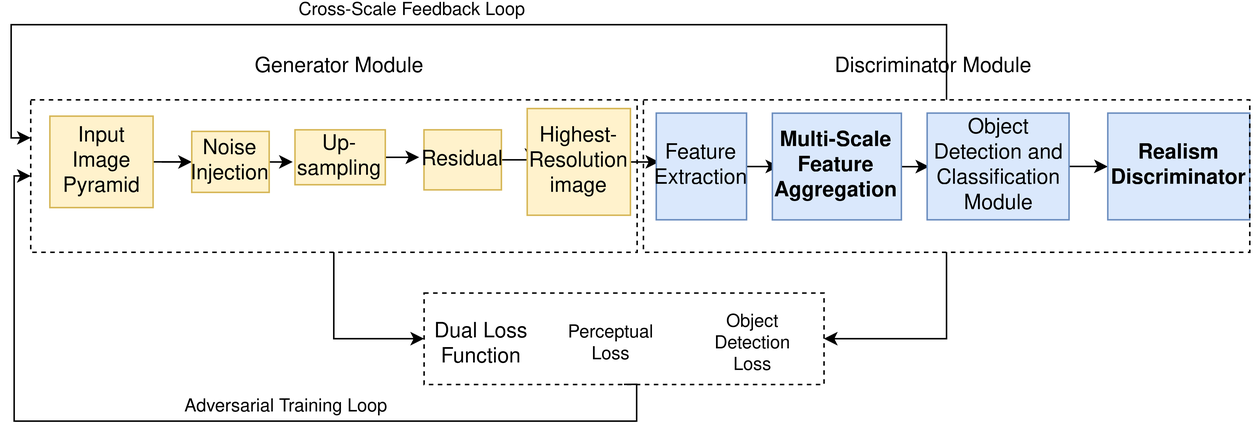
Earlier version of the draw.io export Structure.png (Faryalaurooj/Super-Resolution-using-Single-Image-GAN). Source tidied: cells renumbered, new cells last; positions are measured from the earlier drawing's top-left corner, leaving out a move shared by most shapes.
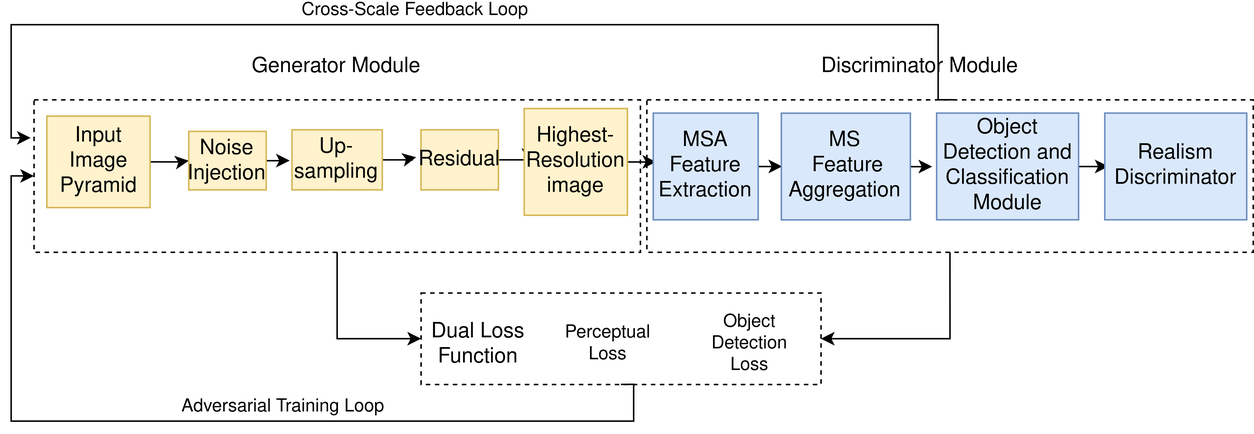
The same diagram one commit later.

The edit, as a diff of the source:
```diff
@@ -5,125 +5,131 @@
     <mxCell id="2" style="group;" parent="1" vertex="1">
       <mxGeometry width="830" height="270" as="geometry" />
     </mxCell>
-    <mxCell id="3" style="edgeStyle=orthogonalEdgeStyle;rounded=0;jettySize=auto;html=1;exitX=1;exitY=0.5;exitDx=0;exitDy=0;" parent="2" edge="1" source="4" target="6">
-      <mxGeometry relative="1" as="geometry" />
+    <mxCell id="3" style="group;" parent="2" vertex="1">
+      <mxGeometry width="830" height="270" as="geometry" />
     </mxCell>
-    <mxCell id="4" value="&lt;font style=&quot;font-size: 14px;&quot;&gt;Input Image Pyramid&lt;/font&gt;" style="text;html=1;align=center;verticalAlign=middle;whiteSpace=wrap;rounded=0;strokeColor=#d6b656;fillColor=#fff2cc;" parent="2" vertex="1">
-      <mxGeometry x="25.8" y="60.9" width="68.8" height="60.9" as="geometry" />
+    <mxCell id="4" style="edgeStyle=orthogonalEdgeStyle;rounded=0;jettySize=auto;html=1;exitX=1;exitY=0.5;exitDx=0;exitDy=0;" parent="3" edge="1" source="5" target="7">
+      <mxGeometry relative="1" as="geometry" />
     </mxCell>
-    <mxCell id="5" style="edgeStyle=orthogonalEdgeStyle;rounded=0;jettySize=auto;html=1;exitX=1;exitY=0.5;exitDx=0;exitDy=0;" parent="2" edge="1" source="6">
-      <mxGeometry relative="1" as="geometry">
-        <mxPoint x="187.7" y="91" as="targetPoint" />
-      </mxGeometry>
+    <mxCell id="5" value="&lt;font style=&quot;font-size: 14px;&quot;&gt;Input Image Pyramid&lt;/font&gt;" style="text;html=1;align=center;verticalAlign=middle;whiteSpace=wrap;rounded=0;strokeColor=#d6b656;fillColor=#fff2cc;" parent="3" vertex="1">
+      <mxGeometry x="25.8" y="60.9" width="68.8" height="60.9" as="geometry" />
     </mxCell>
-    <mxCell id="6" value="&lt;font style=&quot;font-size: 14px;&quot;&gt;Noise Injection&lt;/font&gt;" style="text;html=1;align=center;verticalAlign=middle;whiteSpace=wrap;rounded=0;strokeColor=#d6b656;fillColor=#fff2cc;" parent="2" vertex="1">
-      <mxGeometry x="120.4" y="71.1" width="51.6" height="40.6" as="geometry" />
+    <mxCell id="6" style="edgeStyle=orthogonalEdgeStyle;rounded=0;jettySize=auto;html=1;exitX=1;exitY=0.5;exitDx=0;exitDy=0;" parent="3" edge="1" source="7">
+      <mxGeometry relative="1" as="geometry">
+        <mxPoint x="187.7" y="91" as="targetPoint" />
+      </mxGeometry>
     </mxCell>
-    <mxCell id="7" style="edgeStyle=orthogonalEdgeStyle;rounded=0;jettySize=auto;html=1;" parent="2" edge="1" source="8">
-      <mxGeometry relative="1" as="geometry">
-        <mxPoint x="272" y="88.3" as="targetPoint" />
-      </mxGeometry>
+    <mxCell id="7" value="&lt;font style=&quot;font-size: 14px;&quot;&gt;Noise Injection&lt;/font&gt;" style="text;html=1;align=center;verticalAlign=middle;whiteSpace=wrap;rounded=0;strokeColor=#d6b656;fillColor=#fff2cc;" parent="3" vertex="1">
+      <mxGeometry x="120.4" y="71" width="51.6" height="39" as="geometry" />
     </mxCell>
-    <mxCell id="8" value="&lt;font style=&quot;font-size: 14px;&quot;&gt;Up-sampling&lt;/font&gt;" style="text;html=1;align=center;verticalAlign=middle;whiteSpace=wrap;rounded=0;strokeColor=#d6b656;fillColor=#fff2cc;" parent="2" vertex="1">
-      <mxGeometry x="189.2" y="70" width="60.2" height="36.6" as="geometry" />
+    <mxCell id="8" style="edgeStyle=orthogonalEdgeStyle;rounded=0;jettySize=auto;html=1;" parent="3" edge="1" source="9">
+      <mxGeometry relative="1" as="geometry">
+        <mxPoint x="272" y="88.3" as="targetPoint" />
+      </mxGeometry>
     </mxCell>
-    <mxCell id="9" style="edgeStyle=orthogonalEdgeStyle;rounded=0;jettySize=auto;html=1;" parent="2" edge="1" source="10" target="12">
-      <mxGeometry relative="1" as="geometry" />
+    <mxCell id="9" value="&lt;font style=&quot;font-size: 14px;&quot;&gt;Up-sampling&lt;/font&gt;" style="text;html=1;align=center;verticalAlign=middle;whiteSpace=wrap;rounded=0;strokeColor=#d6b656;fillColor=#fff2cc;" parent="3" vertex="1">
+      <mxGeometry x="189.2" y="70" width="60.2" height="40" as="geometry" />
     </mxCell>
-    <mxCell id="10" value="&lt;font style=&quot;font-size: 14px;&quot;&gt;Residual&lt;/font&gt;" style="text;html=1;align=center;verticalAlign=middle;whiteSpace=wrap;rounded=0;strokeColor=#d6b656;fillColor=#fff2cc;" parent="2" vertex="1">
-      <mxGeometry x="275.2" y="70" width="51.6" height="40" as="geometry" />
+    <mxCell id="10" style="edgeStyle=orthogonalEdgeStyle;rounded=0;jettySize=auto;html=1;" parent="3" edge="1" source="11" target="13">
+      <mxGeometry relative="1" as="geometry" />
     </mxCell>
-    <mxCell id="11" style="edgeStyle=orthogonalEdgeStyle;rounded=0;jettySize=auto;html=1;exitX=1;exitY=0.5;exitDx=0;exitDy=0;" parent="2" edge="1" source="12">
-      <mxGeometry relative="1" as="geometry">
-        <mxPoint x="432" y="91" as="targetPoint" />
-      </mxGeometry>
+    <mxCell id="11" value="&lt;font style=&quot;font-size: 14px;&quot;&gt;Residual&lt;/font&gt;" style="text;html=1;align=center;verticalAlign=middle;whiteSpace=wrap;rounded=0;strokeColor=#d6b656;fillColor=#fff2cc;" parent="3" vertex="1">
+      <mxGeometry x="275.2" y="70" width="51.6" height="40" as="geometry" />
     </mxCell>
-    <mxCell id="12" value="&lt;font style=&quot;font-size: 14px;&quot;&gt;Highest-Resolution image&lt;/font&gt;" style="text;html=1;align=center;verticalAlign=middle;whiteSpace=wrap;rounded=0;strokeColor=#d6b656;fillColor=#fff2cc;" parent="2" vertex="1">
-      <mxGeometry x="344" y="55.8" width="68.8" height="71.1" as="geometry" />
+    <mxCell id="12" style="edgeStyle=orthogonalEdgeStyle;rounded=0;jettySize=auto;html=1;exitX=1;exitY=0.5;exitDx=0;exitDy=0;" parent="3" edge="1" source="13">
+      <mxGeometry relative="1" as="geometry">
+        <mxPoint x="432" y="91" as="targetPoint" />
+      </mxGeometry>
     </mxCell>
-    <mxCell id="13" style="edgeStyle=orthogonalEdgeStyle;rounded=0;jettySize=auto;html=1;exitX=1;exitY=0.5;exitDx=0;exitDy=0;" parent="2" edge="1" source="14">
-      <mxGeometry relative="1" as="geometry">
-        <mxPoint x="512" y="94" as="targetPoint" />
-      </mxGeometry>
+    <mxCell id="13" value="&lt;font style=&quot;font-size: 14px;&quot;&gt;Highest-Resolution image&lt;/font&gt;" style="text;html=1;align=center;verticalAlign=middle;whiteSpace=wrap;rounded=0;strokeColor=#d6b656;fillColor=#fff2cc;" parent="3" vertex="1">
+      <mxGeometry x="344" y="55.8" width="68.8" height="71.1" as="geometry" />
     </mxCell>
-    <mxCell id="14" value="&lt;font style=&quot;font-size: 14px;&quot;&gt;Feature Extraction&lt;/font&gt;" style="text;html=1;align=center;verticalAlign=middle;whiteSpace=wrap;rounded=0;strokeColor=#6c8ebf;fillColor=#dae8fc;" parent="2" vertex="1">
-      <mxGeometry x="430.1" y="58.9" width="60.2" height="71.1" as="geometry" />
+    <mxCell id="14" style="edgeStyle=orthogonalEdgeStyle;rounded=0;jettySize=auto;html=1;exitX=1;exitY=0.5;exitDx=0;exitDy=0;" parent="3" edge="1" source="15">
+      <mxGeometry relative="1" as="geometry">
+        <mxPoint x="516" y="94" as="targetPoint" />
+      </mxGeometry>
     </mxCell>
-    <mxCell id="15" style="edgeStyle=orthogonalEdgeStyle;rounded=0;jettySize=auto;html=1;exitX=1;exitY=0.5;exitDx=0;exitDy=0;" parent="2" edge="1" source="16">
-      <mxGeometry relative="1" as="geometry">
-        <mxPoint x="612" y="94" as="targetPoint" />
-      </mxGeometry>
+    <mxCell id="15" value="&lt;font style=&quot;font-size: 14px;&quot;&gt;MSA Feature Extraction&lt;br&gt;&lt;/font&gt;" style="text;html=1;align=center;verticalAlign=middle;whiteSpace=wrap;rounded=0;strokeColor=#6c8ebf;fillColor=#dae8fc;" parent="3" vertex="1">
+      <mxGeometry x="430.1" y="58.9" width="70" height="71" as="geometry" />
     </mxCell>
-    <mxCell id="16" value="&lt;div&gt;&lt;b&gt;&lt;font style=&quot;font-size: 14px;&quot;&gt;&lt;br&gt;&lt;/font&gt;&lt;/b&gt;&lt;/div&gt;&lt;div&gt;&lt;b&gt;&lt;font style=&quot;font-size: 14px;&quot;&gt;&lt;br&gt;&lt;/font&gt;&lt;/b&gt;&lt;/div&gt;&lt;div&gt;&lt;b&gt;&lt;font style=&quot;font-size: 14px;&quot;&gt;Multi-Scale Feature Aggregation&lt;/font&gt;&lt;/b&gt;&lt;/div&gt;&lt;div&gt;&lt;b&gt;&lt;font style=&quot;font-size: 14px;&quot;&gt;&lt;br&gt;&lt;/font&gt;&lt;/b&gt;&lt;/div&gt;&lt;div&gt;&lt;b&gt;&lt;font style=&quot;font-size: 14px;&quot;&gt;&lt;br&gt; &lt;/font&gt;&lt;/b&gt;&lt;/div&gt;" style="text;html=1;align=center;verticalAlign=middle;whiteSpace=wrap;rounded=0;strokeColor=#6c8ebf;fillColor=#dae8fc;" parent="2" vertex="1">
-      <mxGeometry x="507.5" y="59" width="86" height="71" as="geometry" />
+    <mxCell id="16" style="edgeStyle=orthogonalEdgeStyle;rounded=0;jettySize=auto;html=1;exitX=1;exitY=0.5;exitDx=0;exitDy=0;" parent="3" edge="1" source="17">
+      <mxGeometry relative="1" as="geometry">
+        <mxPoint x="616" y="94" as="targetPoint" />
+      </mxGeometry>
     </mxCell>
-    <mxCell id="17" style="edgeStyle=orthogonalEdgeStyle;rounded=0;jettySize=auto;html=1;exitX=1;exitY=0.5;exitDx=0;exitDy=0;" parent="2" edge="1" source="18" target="19">
-      <mxGeometry relative="1" as="geometry" />
+    <mxCell id="17" value="&lt;div&gt;&lt;font style=&quot;font-size: 14px;&quot;&gt;&lt;br&gt;&lt;/font&gt;&lt;/div&gt;&lt;div&gt;&lt;font style=&quot;font-size: 14px;&quot;&gt;&lt;br&gt;&lt;/font&gt;&lt;/div&gt;&lt;div&gt;&lt;font style=&quot;font-size: 14px;&quot;&gt;MS&lt;/font&gt;&lt;/div&gt;&lt;div&gt;&lt;font style=&quot;font-size: 14px;&quot;&gt;&amp;nbsp;Feature Aggregation&lt;/font&gt;&lt;/div&gt;&lt;div&gt;&lt;font style=&quot;font-size: 14px;&quot;&gt;&lt;br&gt;&lt;/font&gt;&lt;/div&gt;&lt;div&gt;&lt;font style=&quot;font-size: 14px;&quot;&gt;&lt;br&gt; &lt;/font&gt;&lt;/div&gt;" style="text;html=1;align=center;verticalAlign=middle;whiteSpace=wrap;rounded=0;strokeColor=#6c8ebf;fillColor=#dae8fc;" parent="3" vertex="1">
+      <mxGeometry x="515.5" y="59" width="86" height="71" as="geometry" />
     </mxCell>
-    <mxCell id="18" value="&lt;font style=&quot;font-size: 14px;&quot;&gt;Object Detection and Classification Module&lt;/font&gt;" style="text;html=1;align=center;verticalAlign=middle;whiteSpace=wrap;rounded=0;fillColor=#dae8fc;strokeColor=#6c8ebf;" parent="2" vertex="1">
-      <mxGeometry x="610.7" y="58.9" width="94.6" height="71.1" as="geometry" />
+    <mxCell id="18" style="edgeStyle=orthogonalEdgeStyle;rounded=0;jettySize=auto;html=1;exitX=1;exitY=0.5;exitDx=0;exitDy=0;" parent="3" edge="1" source="19" target="20">
+      <mxGeometry relative="1" as="geometry" />
     </mxCell>
-    <mxCell id="19" value="&lt;b&gt;&lt;font style=&quot;font-size: 14px;&quot;&gt;Realism Discriminator&lt;/font&gt;&lt;/b&gt;" style="text;html=1;align=center;verticalAlign=middle;whiteSpace=wrap;rounded=0;fillColor=#dae8fc;strokeColor=#6c8ebf;" parent="2" vertex="1">
-      <mxGeometry x="731.1" y="58.9" width="94.6" height="71.1" as="geometry" />
+    <mxCell id="19" value="&lt;font style=&quot;font-size: 14px;&quot;&gt;Object Detection and Classification Module&lt;/font&gt;" style="text;html=1;align=center;verticalAlign=middle;whiteSpace=wrap;rounded=0;fillColor=#dae8fc;strokeColor=#6c8ebf;" parent="3" vertex="1">
+      <mxGeometry x="619" y="58.9" width="94.6" height="71.1" as="geometry" />
     </mxCell>
-    <mxCell id="20" style="group;" parent="2" vertex="1">
-      <mxGeometry x="275.2" y="182.7" width="275.2" height="60.9" as="geometry" />
+    <mxCell id="20" value="&lt;font style=&quot;font-size: 14px;&quot;&gt;Realism Discriminator&lt;/font&gt;" style="text;html=1;align=center;verticalAlign=middle;whiteSpace=wrap;rounded=0;fillColor=#dae8fc;strokeColor=#6c8ebf;" parent="3" vertex="1">
+      <mxGeometry x="731.1" y="58.9" width="94.6" height="71.1" as="geometry" />
     </mxCell>
-    <mxCell id="21" value="&lt;font style=&quot;font-size: 14px;&quot;&gt;Dual Loss Function&lt;/font&gt;" style="text;html=1;align=center;verticalAlign=middle;whiteSpace=wrap;rounded=0;" parent="20" vertex="1">
-      <mxGeometry width="77.4" height="60.9" as="geometry" />
+    <mxCell id="21" style="group;" parent="3" vertex="1">
+      <mxGeometry x="275.2" y="182.7" width="275.2" height="60.9" as="geometry" />
     </mxCell>
-    <mxCell id="22" value="Perceptual Loss" style="text;html=1;align=center;verticalAlign=middle;whiteSpace=wrap;rounded=0;" parent="20" vertex="1">
-      <mxGeometry x="98.9" y="15.2" width="51.6" height="30.5" as="geometry" />
+    <mxCell id="22" value="&lt;font style=&quot;font-size: 14px;&quot;&gt;Dual Loss Function&lt;/font&gt;" style="text;html=1;align=center;verticalAlign=middle;whiteSpace=wrap;rounded=0;" parent="21" vertex="1">
+      <mxGeometry width="77.4" height="60.9" as="geometry" />
     </mxCell>
-    <mxCell id="23" value="Object Detection Loss" style="text;html=1;align=center;verticalAlign=middle;whiteSpace=wrap;rounded=0;" parent="20" vertex="1">
-      <mxGeometry x="184.9" y="10.2" width="68.8" height="40.6" as="geometry" />
+    <mxCell id="23" value="Perceptual Loss" style="text;html=1;align=center;verticalAlign=middle;whiteSpace=wrap;rounded=0;" parent="21" vertex="1">
+      <mxGeometry x="98.9" y="15.2" width="51.6" height="30.5" as="geometry" />
     </mxCell>
-    <mxCell id="24" value="&lt;font style=&quot;font-size: 14px;&quot;&gt;Generator Module&lt;/font&gt;" style="text;html=1;align=center;verticalAlign=middle;whiteSpace=wrap;rounded=0;" parent="2" vertex="1">
-      <mxGeometry x="146.2" y="13.2" width="146.2" height="30.5" as="geometry" />
+    <mxCell id="24" value="Object Detection Loss" style="text;html=1;align=center;verticalAlign=middle;whiteSpace=wrap;rounded=0;" parent="21" vertex="1">
+      <mxGeometry x="184.9" y="10.2" width="68.8" height="40.6" as="geometry" />
     </mxCell>
-    <mxCell id="25" value="&lt;font style=&quot;font-size: 14px;&quot;&gt;Discriminator Module&lt;/font&gt;" style="text;html=1;align=center;verticalAlign=middle;whiteSpace=wrap;rounded=0;" parent="2" vertex="1">
-      <mxGeometry x="541.9" y="13.2" width="146.2" height="30.5" as="geometry" />
+    <mxCell id="25" value="&lt;font style=&quot;font-size: 14px;&quot;&gt;Generator Module&lt;/font&gt;" style="text;html=1;align=center;verticalAlign=middle;whiteSpace=wrap;rounded=0;" parent="3" vertex="1">
+      <mxGeometry x="146.2" y="13.2" width="146.2" height="30.5" as="geometry" />
     </mxCell>
-    <mxCell id="26" value="Adversarial Training Loop" style="text;html=1;align=center;verticalAlign=middle;strokeColor=none;fillColor=none;" parent="2" vertex="1">
-      <mxGeometry x="103.2" y="239.5" width="160" height="30" as="geometry" />
+    <mxCell id="26" value="&lt;font style=&quot;font-size: 14px;&quot;&gt;Discriminator Module&lt;/font&gt;" style="text;html=1;align=center;verticalAlign=middle;whiteSpace=wrap;rounded=0;" parent="3" vertex="1">
+      <mxGeometry x="534.9" y="13.2" width="146.2" height="30.5" as="geometry" />
     </mxCell>
-    <mxCell id="27" style="rounded=0;whiteSpace=wrap;html=1;fillColor=none;dashed=1;" parent="2" vertex="1">
-      <mxGeometry x="421.5" y="50" width="404.2" height="101.5" as="geometry" />
+    <mxCell id="27" value="Adversarial Training Loop" style="text;html=1;align=center;verticalAlign=middle;points=[];strokeColor=none;fillColor=none;" parent="3" vertex="1">
+      <mxGeometry x="103.2" y="239.5" width="160" height="30" as="geometry" />
     </mxCell>
-    <mxCell id="28" style="rounded=0;whiteSpace=wrap;html=1;fillColor=none;dashed=1;" parent="2" vertex="1">
-      <mxGeometry x="13" y="50" width="404.2" height="101.5" as="geometry" />
+    <mxCell id="28" style="rounded=0;whiteSpace=wrap;html=1;fillColor=none;dashed=1;" parent="3" vertex="1">
+      <mxGeometry x="17.2" y="50" width="404.2" height="101.5" as="geometry" />
     </mxCell>
-    <mxCell id="29" style="edgeStyle=orthogonalEdgeStyle;rounded=0;jettySize=auto;html=1;exitX=0.5;exitY=0;exitDx=0;exitDy=0;entryX=0;entryY=0.25;entryDx=0;entryDy=0;" parent="2" edge="1" source="27" target="28">
-      <mxGeometry relative="1" as="geometry">
-        <Array as="points">
-          <mxPoint x="624" />
-          <mxPoint />
-          <mxPoint y="75" />
-        </Array>
-      </mxGeometry>
+    <mxCell id="29" style="rounded=0;whiteSpace=wrap;html=1;fillColor=none;dashed=1;" parent="3" vertex="1">
+      <mxGeometry x="275.2" y="178.6" width="266.6" height="60.9" as="geometry" />
     </mxCell>
-    <mxCell id="30" value="&lt;font style=&quot;font-size: 12px;&quot;&gt;Cross-Scale Feedback Loop&lt;/font&gt;" style="edgeLabel;html=1;align=center;verticalAlign=middle;" parent="29" vertex="1">
-      <mxGeometry x="0.07" y="2" relative="1" as="geometry">
-        <mxPoint y="-12" as="offset" />
+    <mxCell id="30" style="edgeStyle=orthogonalEdgeStyle;rounded=0;jettySize=auto;html=1;exitX=0.5;exitY=1;exitDx=0;exitDy=0;entryX=0;entryY=0.5;entryDx=0;entryDy=0;" parent="3" edge="1" source="29" target="28">
+      <mxGeometry relative="1" as="geometry">
+        <Array as="points">
+          <mxPoint x="417" y="264" />
+          <mxPoint x="2" y="264" />
+          <mxPoint x="2" y="101" />
+        </Array>
       </mxGeometry>
     </mxCell>
-    <mxCell id="31" style="rounded=0;whiteSpace=wrap;html=1;fillColor=none;dashed=1;" parent="2" vertex="1">
-      <mxGeometry x="275.2" y="178.6" width="266.6" height="60.9" as="geometry" />
+    <mxCell id="31" style="edgeStyle=orthogonalEdgeStyle;rounded=0;jettySize=auto;html=1;entryX=0;entryY=0.5;entryDx=0;entryDy=0;" parent="3" edge="1" source="28" target="29">
+      <mxGeometry relative="1" as="geometry" />
     </mxCell>
-    <mxCell id="32" style="edgeStyle=orthogonalEdgeStyle;rounded=0;jettySize=auto;html=1;exitX=0.5;exitY=1;exitDx=0;exitDy=0;entryX=1;entryY=0.5;entryDx=0;entryDy=0;" parent="2" edge="1" source="27" target="31">
-      <mxGeometry relative="1" as="geometry" />
+    <mxCell id="32" style="rounded=0;whiteSpace=wrap;html=1;fillColor=none;dashed=1;" parent="3" vertex="1">
+      <mxGeometry x="425.8" y="50" width="404.2" height="101.5" as="geometry" />
     </mxCell>
-    <mxCell id="33" style="edgeStyle=orthogonalEdgeStyle;rounded=0;jettySize=auto;html=1;exitX=0.5;exitY=1;exitDx=0;exitDy=0;entryX=0;entryY=0.5;entryDx=0;entryDy=0;" parent="2" edge="1" source="31" target="28">
-      <mxGeometry relative="1" as="geometry">
-        <Array as="points">
-          <mxPoint x="417" y="264" />
-          <mxPoint x="2" y="264" />
-          <mxPoint x="2" y="101" />
-        </Array>
-      </mxGeometry>
+    <mxCell id="33" style="edgeStyle=orthogonalEdgeStyle;rounded=0;jettySize=auto;html=1;exitX=0.5;exitY=1;exitDx=0;exitDy=0;entryX=1;entryY=0.5;entryDx=0;entryDy=0;" parent="3" edge="1" source="32" target="29">
+      <mxGeometry relative="1" as="geometry" />
     </mxCell>
-    <mxCell id="34" style="edgeStyle=orthogonalEdgeStyle;rounded=0;jettySize=auto;html=1;entryX=0;entryY=0.5;entryDx=0;entryDy=0;" parent="2" edge="1" source="28" target="31">
-      <mxGeometry relative="1" as="geometry" />
+    <mxCell id="34" style="edgeStyle=orthogonalEdgeStyle;rounded=0;orthogonalLoop=1;jettySize=auto;html=1;exitX=0.5;exitY=0;exitDx=0;exitDy=0;entryX=0;entryY=0.25;entryDx=0;entryDy=0;" parent="2" edge="1">
+      <mxGeometry relative="1" as="geometry">
+        <mxPoint x="629.9" y="50" as="sourcePoint" />
+        <mxPoint x="15" y="75.4" as="targetPoint" />
+        <Array as="points">
+          <mxPoint x="620" y="50" />
+          <mxPoint x="620" />
+          <mxPoint x="2" />
+          <mxPoint x="2" y="75" />
+        </Array>
+      </mxGeometry>
     </mxCell>
+    <mxCell id="35" value="&lt;font style=&quot;font-size: 12px;&quot;&gt;Cross-Scale Feedback Loop&lt;/font&gt;" style="edgeLabel;html=1;align=center;verticalAlign=middle;" parent="34" vertex="1">
+      <mxGeometry x="0.07" y="2" relative="1" as="geometry">
+        <mxPoint y="-12" as="offset" />
+      </mxGeometry>
+    </mxCell>
   </root>
 </mxGraphModel>
```
